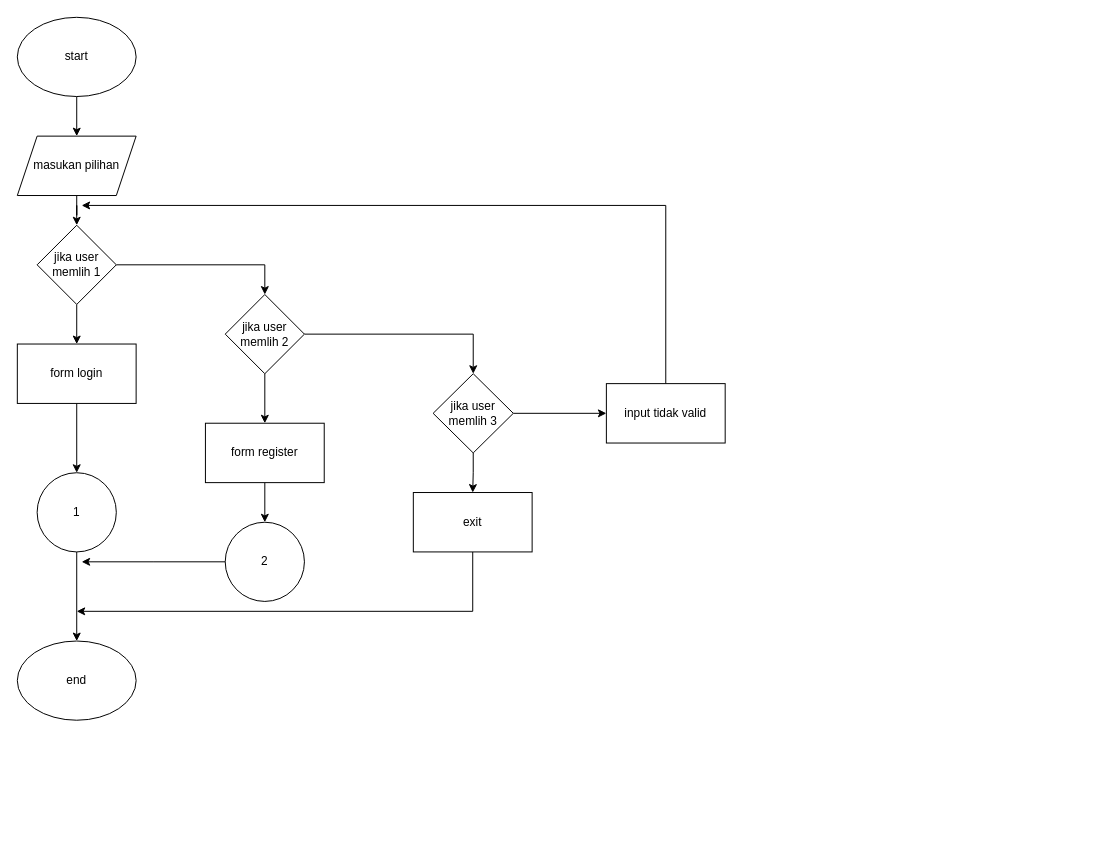
Earlier version of the draw.io diagram Diagram Tanpa Judul.drawio (aryy-hue/BasicProgrammingThessis). Source tidied: cells renumbered, new cells numbered last; positions are measured from the earlier drawing's top-left corner, leaving out a move shared by most shapes. Both pictures are drawn from the tidied source at 99%, with x=0, y=0 at pixel (17, 17).
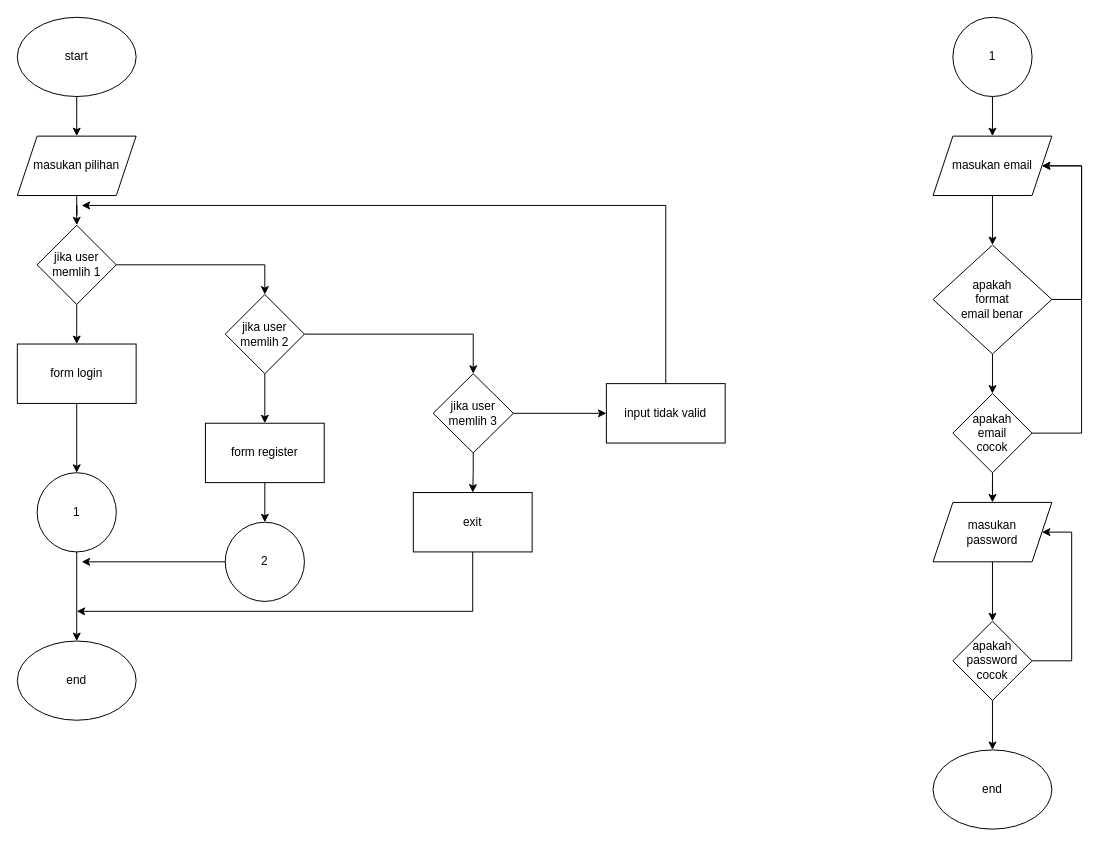
The same diagram, later.

What changed in the source:
```diff
@@
+    <mxCell id="28" style="edgeStyle=orthogonalEdgeStyle;rounded=0;jettySize=auto;html=1;" parent="1" edge="1" source="29" target="31">
+      <mxGeometry relative="1" as="geometry" />
+    </mxCell>
+    <mxCell id="29" value="1" style="ellipse;whiteSpace=wrap;html=1;" parent="1" vertex="1">
+      <mxGeometry x="945" width="80" height="80" as="geometry" />
+    </mxCell>
+    <mxCell id="30" style="edgeStyle=orthogonalEdgeStyle;rounded=0;jettySize=auto;html=1;" parent="1" edge="1" source="31" target="34">
+      <mxGeometry relative="1" as="geometry" />
+    </mxCell>
+    <mxCell id="31" value="masukan email" style="shape=parallelogram;perimeter=parallelogramPerimeter;whiteSpace=wrap;html=1;fixedSize=1;" parent="1" vertex="1">
+      <mxGeometry x="925" y="120" width="120" height="60" as="geometry" />
+    </mxCell>
+    <mxCell id="32" style="edgeStyle=orthogonalEdgeStyle;rounded=0;jettySize=auto;html=1;entryX=0.5;entryY=0;entryDx=0;entryDy=0;" parent="1" edge="1" source="34" target="37">
+      <mxGeometry relative="1" as="geometry" />
+    </mxCell>
+    <mxCell id="33" style="edgeStyle=orthogonalEdgeStyle;rounded=0;jettySize=auto;html=1;entryX=1;entryY=0.5;entryDx=0;entryDy=0;" parent="1" edge="1" source="34" target="31">
+      <mxGeometry relative="1" as="geometry">
+        <Array as="points">
+          <mxPoint x="1075" y="285" />
+          <mxPoint x="1075" y="150" />
+        </Array>
+      </mxGeometry>
+    </mxCell>
+    <mxCell id="34" value="apakah &lt;br&gt;format &lt;br&gt;email benar" style="rhombus;whiteSpace=wrap;html=1;" parent="1" vertex="1">
+      <mxGeometry x="925" y="230" width="120" height="110" as="geometry" />
+    </mxCell>
+    <mxCell id="35" style="edgeStyle=orthogonalEdgeStyle;rounded=0;jettySize=auto;html=1;" parent="1" edge="1" source="37" target="39">
+      <mxGeometry relative="1" as="geometry" />
+    </mxCell>
+    <mxCell id="36" style="edgeStyle=orthogonalEdgeStyle;rounded=0;jettySize=auto;html=1;entryX=1;entryY=0.5;entryDx=0;entryDy=0;" parent="1" edge="1" source="37" target="31">
+      <mxGeometry relative="1" as="geometry">
+        <Array as="points">
+          <mxPoint x="1075" y="420" />
+          <mxPoint x="1075" y="150" />
+        </Array>
+      </mxGeometry>
+    </mxCell>
+    <mxCell id="37" value="apakah &lt;br&gt;email &lt;br&gt;cocok" style="rhombus;whiteSpace=wrap;html=1;" parent="1" vertex="1">
+      <mxGeometry x="945" y="380" width="80" height="80" as="geometry" />
+    </mxCell>
+    <mxCell id="38" style="edgeStyle=orthogonalEdgeStyle;rounded=0;jettySize=auto;html=1;" parent="1" edge="1" source="39" target="42">
+      <mxGeometry relative="1" as="geometry" />
+    </mxCell>
+    <mxCell id="39" value="masukan &lt;br&gt;password" style="shape=parallelogram;perimeter=parallelogramPerimeter;whiteSpace=wrap;html=1;fixedSize=1;" parent="1" vertex="1">
+      <mxGeometry x="925" y="490" width="120" height="60" as="geometry" />
+    </mxCell>
+    <mxCell id="40" style="edgeStyle=orthogonalEdgeStyle;rounded=0;jettySize=auto;html=1;entryX=1;entryY=0.5;entryDx=0;entryDy=0;" parent="1" edge="1" source="42" target="39">
+      <mxGeometry relative="1" as="geometry">
+        <Array as="points">
+          <mxPoint x="1065" y="650" />
+          <mxPoint x="1065" y="520" />
+        </Array>
+      </mxGeometry>
+    </mxCell>
+    <mxCell id="41" style="edgeStyle=orthogonalEdgeStyle;rounded=0;jettySize=auto;html=1;entryX=0.5;entryY=0;entryDx=0;entryDy=0;" parent="1" edge="1" source="42" target="43">
+      <mxGeometry relative="1" as="geometry" />
+    </mxCell>
+    <mxCell id="42" value="apakah &lt;br&gt;password&lt;br&gt;cocok" style="rhombus;whiteSpace=wrap;html=1;" parent="1" vertex="1">
+      <mxGeometry x="945" y="610" width="80" height="80" as="geometry" />
+    </mxCell>
+    <mxCell id="43" value="end" style="ellipse;whiteSpace=wrap;html=1;" parent="1" vertex="1">
+      <mxGeometry x="925" y="740" width="120" height="80" as="geometry" />
+    </mxCell>
```
